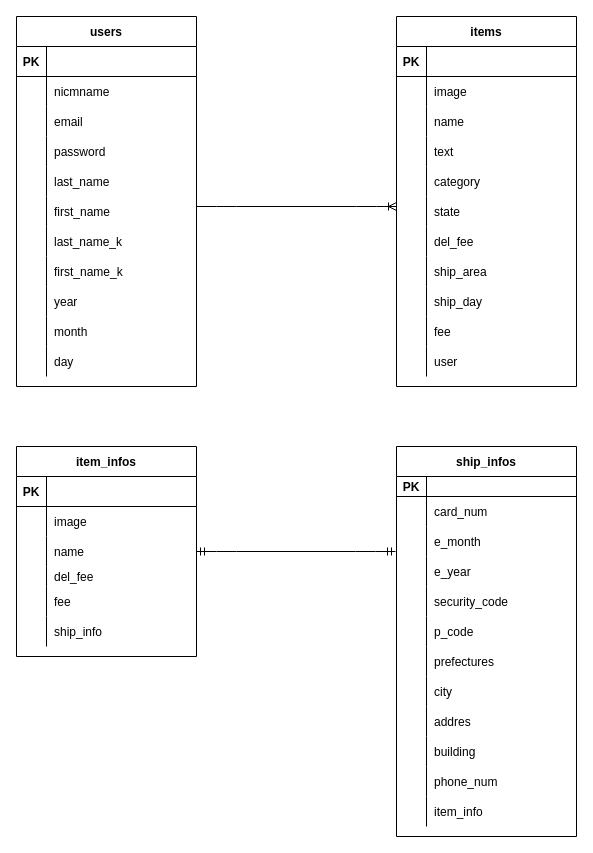
Before: app/test.dio in syu-akita/furima-33068, a draw.io diagram. Source tidied: cells renumbered, new cells numbered last; positions are measured from the earlier drawing's top-left corner, leaving out a move shared by most shapes. Both pictures are drawn from the tidied source at 100%, with x=0, y=0 at pixel (16, 16).
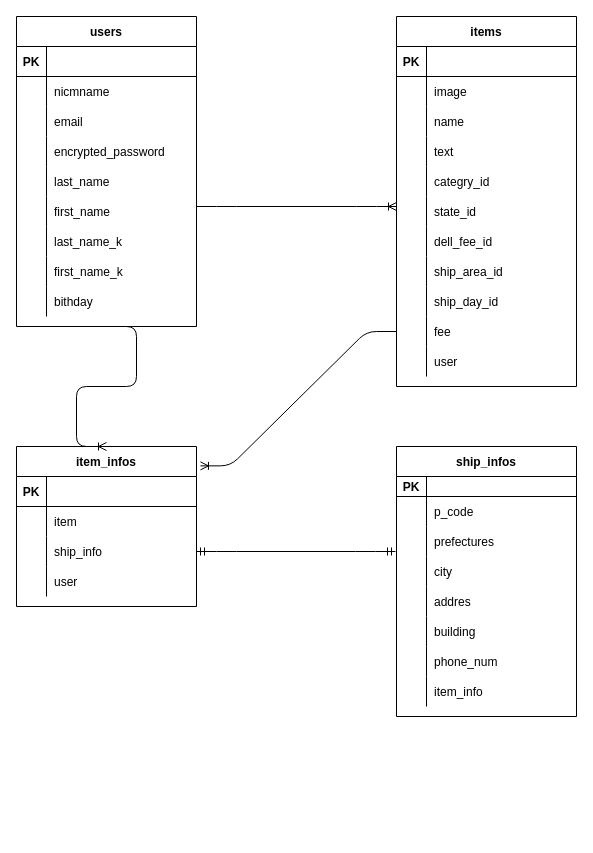
The same page after the edit.

Commit message (it also covers changes not shown here):
データベースの設計 part2

The change refers to these unchanged cells:
```xml
<mxCell id="12" style="shape=partialRectangle;fillColor=none;top=0;left=0;bottom=0;right=0;" parent="2" vertex="1">
  <mxGeometry y="120" width="180" height="30" as="geometry" />
</mxCell>
<mxCell id="27" style="shape=partialRectangle;fillColor=none;top=0;left=0;bottom=0;right=0;" parent="2" vertex="1">
  <mxGeometry y="270" width="180" height="30" as="geometry" />
</mxCell>
<mxCell id="49" style="shape=partialRectangle;fillColor=none;top=0;left=0;bottom=0;right=0;" parent="36" vertex="1">
  <mxGeometry y="150" width="180" height="30" as="geometry" />
</mxCell>
<mxCell id="52" style="shape=partialRectangle;fillColor=none;top=0;left=0;bottom=0;right=0;" parent="36" vertex="1">
  <mxGeometry y="180" width="180" height="30" as="geometry" />
</mxCell>
<mxCell id="55" style="shape=partialRectangle;fillColor=none;top=0;left=0;bottom=0;right=0;" parent="36" vertex="1">
  <mxGeometry y="210" width="180" height="30" as="geometry" />
</mxCell>
<mxCell id="58" style="shape=partialRectangle;fillColor=none;top=0;left=0;bottom=0;right=0;" parent="36" vertex="1">
  <mxGeometry y="240" width="180" height="30" as="geometry" />
</mxCell>
<mxCell id="61" style="shape=partialRectangle;fillColor=none;top=0;left=0;bottom=0;right=0;" parent="36" vertex="1">
  <mxGeometry y="270" width="180" height="30" as="geometry" />
</mxCell>
<mxCell id="64" style="shape=partialRectangle;fillColor=none;top=0;left=0;bottom=0;right=0;points=[[0,0.5],[1,0.5]];portConstraint=eastwest;" parent="36" vertex="1">
  <mxGeometry y="300" width="180" height="30" as="geometry" />
</mxCell>
```

The edit, as a diff of the source:
```diff
@@
     <mxCell id="2" value="users" style="shape=table;startSize=30;childLayout=tableLayout;rowLines=0;fontStyle=1;align=center;" parent="1" vertex="1">
-      <mxGeometry width="180" height="370" as="geometry" />
+      <mxGeometry width="180" height="310" as="geometry" />
     </mxCell>
@@
-    <mxCell id="14" value="password" style="shape=partialRectangle;fillColor=none;top=0;left=0;bottom=0;right=0;align=left;spacingLeft=6;overflow=hidden;" parent="12" vertex="1">
+    <mxCell id="14" value="encrypted_password" style="shape=partialRectangle;fillColor=none;top=0;left=0;bottom=0;right=0;align=left;spacingLeft=6;overflow=hidden;" parent="12" vertex="1">
       <mxGeometry x="30" width="150" height="30" as="geometry" />
     </mxCell>
@@
-    <mxCell id="29" value="year" style="shape=partialRectangle;fillColor=none;top=0;left=0;bottom=0;right=0;align=left;spacingLeft=6;overflow=hidden;" parent="27" vertex="1">
+    <mxCell id="29" value="bithday" style="shape=partialRectangle;fillColor=none;top=0;left=0;bottom=0;right=0;align=left;spacingLeft=6;overflow=hidden;" parent="27" vertex="1">
       <mxGeometry x="30" width="150" height="30" as="geometry" />
     </mxCell>
-    <mxCell id="30" style="shape=partialRectangle;fillColor=none;top=0;left=0;bottom=0;right=0;" parent="2" vertex="1">
-      <mxGeometry y="300" width="180" height="30" as="geometry" />
-    </mxCell>
-    <mxCell id="31" style="shape=partialRectangle;fillColor=none;top=0;left=0;bottom=0;right=0;overflow=hidden;" parent="30" vertex="1">
-      <mxGeometry width="30" height="30" as="geometry" />
-    </mxCell>
-    <mxCell id="32" value="month" style="shape=partialRectangle;fillColor=none;top=0;left=0;bottom=0;right=0;align=left;spacingLeft=6;overflow=hidden;" parent="30" vertex="1">
-      <mxGeometry x="30" width="150" height="30" as="geometry" />
-    </mxCell>
-    <mxCell id="33" style="shape=partialRectangle;fillColor=none;top=0;left=0;bottom=0;right=0;" parent="2" vertex="1">
-      <mxGeometry y="330" width="180" height="30" as="geometry" />
-    </mxCell>
-    <mxCell id="34" style="shape=partialRectangle;fillColor=none;top=0;left=0;bottom=0;right=0;overflow=hidden;" parent="33" vertex="1">
-      <mxGeometry width="30" height="30" as="geometry" />
-    </mxCell>
-    <mxCell id="35" value="day" style="shape=partialRectangle;fillColor=none;top=0;left=0;bottom=0;right=0;align=left;spacingLeft=6;overflow=hidden;" parent="33" vertex="1">
-      <mxGeometry x="30" width="150" height="30" as="geometry" />
-    </mxCell>
@@
-    <mxCell id="51" value="category" style="shape=partialRectangle;fillColor=none;top=0;left=0;bottom=0;right=0;align=left;spacingLeft=6;overflow=hidden;" parent="49" vertex="1">
+    <mxCell id="51" value="categry_id" style="shape=partialRectangle;fillColor=none;top=0;left=0;bottom=0;right=0;align=left;spacingLeft=6;overflow=hidden;" parent="49" vertex="1">
       <mxGeometry x="30" width="150" height="30" as="geometry" />
     </mxCell>
@@
-    <mxCell id="54" value="state" style="shape=partialRectangle;fillColor=none;top=0;left=0;bottom=0;right=0;align=left;spacingLeft=6;overflow=hidden;" parent="52" vertex="1">
+    <mxCell id="54" value="state_id" style="shape=partialRectangle;fillColor=none;top=0;left=0;bottom=0;right=0;align=left;spacingLeft=6;overflow=hidden;" parent="52" vertex="1">
       <mxGeometry x="30" width="150" height="30" as="geometry" />
     </mxCell>
@@
-    <mxCell id="57" value="del_fee" style="shape=partialRectangle;fillColor=none;top=0;left=0;bottom=0;right=0;align=left;spacingLeft=6;overflow=hidden;" parent="55" vertex="1">
+    <mxCell id="57" value="dell_fee_id" style="shape=partialRectangle;fillColor=none;top=0;left=0;bottom=0;right=0;align=left;spacingLeft=6;overflow=hidden;" parent="55" vertex="1">
       <mxGeometry x="30" width="150" height="30" as="geometry" />
     </mxCell>
@@
-    <mxCell id="60" value="ship_area" style="shape=partialRectangle;fillColor=none;top=0;left=0;bottom=0;right=0;align=left;spacingLeft=6;overflow=hidden;" parent="58" vertex="1">
+    <mxCell id="60" value="ship_area_id" style="shape=partialRectangle;fillColor=none;top=0;left=0;bottom=0;right=0;align=left;spacingLeft=6;overflow=hidden;" parent="58" vertex="1">
       <mxGeometry x="30" width="150" height="30" as="geometry" />
     </mxCell>
@@
-    <mxCell id="63" value="ship_day" style="shape=partialRectangle;fillColor=none;top=0;left=0;bottom=0;right=0;align=left;spacingLeft=6;overflow=hidden;" parent="61" vertex="1">
+    <mxCell id="63" value="ship_day_id" style="shape=partialRectangle;fillColor=none;top=0;left=0;bottom=0;right=0;align=left;spacingLeft=6;overflow=hidden;" parent="61" vertex="1">
       <mxGeometry x="30" width="150" height="30" as="geometry" />
     </mxCell>
@@
     <mxCell id="71" value="ship_infos" style="shape=table;startSize=30;childLayout=tableLayout;rowLines=0;fontStyle=1;align=center;" parent="1" vertex="1">
-      <mxGeometry x="380" y="430" width="180" height="390" as="geometry" />
+      <mxGeometry x="380" y="430" width="180" height="270" as="geometry" />
     </mxCell>
@@
-    <mxCell id="75" style="shape=partialRectangle;fillColor=none;top=0;left=0;bottom=0;right=0;" parent="71" vertex="1">
-      <mxGeometry y="50" width="180" height="30" as="geometry" />
-    </mxCell>
-    <mxCell id="76" style="shape=partialRectangle;fillColor=none;top=0;left=0;bottom=0;right=0;overflow=hidden;" parent="75" vertex="1">
-      <mxGeometry width="30" height="30" as="geometry" />
-    </mxCell>
-    <mxCell id="77" value="card_num" style="shape=partialRectangle;fillColor=none;top=0;left=0;bottom=0;right=0;align=left;spacingLeft=6;overflow=hidden;" parent="75" vertex="1">
-      <mxGeometry x="30" width="150" height="30" as="geometry" />
-    </mxCell>
-    <mxCell id="78" style="shape=partialRectangle;fillColor=none;top=0;left=0;bottom=0;right=0;" parent="71" vertex="1">
-      <mxGeometry y="80" width="180" height="30" as="geometry" />
-    </mxCell>
-    <mxCell id="79" style="shape=partialRectangle;fillColor=none;top=0;left=0;bottom=0;right=0;overflow=hidden;" parent="78" vertex="1">
-      <mxGeometry width="30" height="30" as="geometry" />
-    </mxCell>
-    <mxCell id="80" value="e_month" style="shape=partialRectangle;fillColor=none;top=0;left=0;bottom=0;right=0;align=left;spacingLeft=6;overflow=hidden;" parent="78" vertex="1">
-      <mxGeometry x="30" width="150" height="30" as="geometry" />
-    </mxCell>
-    <mxCell id="81" style="shape=partialRectangle;fillColor=none;top=0;left=0;bottom=0;right=0;" parent="71" vertex="1">
-      <mxGeometry y="110" width="180" height="30" as="geometry" />
-    </mxCell>
-    <mxCell id="82" style="shape=partialRectangle;fillColor=none;top=0;left=0;bottom=0;right=0;overflow=hidden;" parent="81" vertex="1">
-      <mxGeometry width="30" height="30" as="geometry" />
-    </mxCell>
-    <mxCell id="83" value="e_year" style="shape=partialRectangle;fillColor=none;top=0;left=0;bottom=0;right=0;align=left;spacingLeft=6;overflow=hidden;" parent="81" vertex="1">
-      <mxGeometry x="30" width="150" height="30" as="geometry" />
-    </mxCell>
-    <mxCell id="84" style="shape=partialRectangle;fillColor=none;top=0;left=0;bottom=0;right=0;" parent="71" vertex="1">
-      <mxGeometry y="140" width="180" height="30" as="geometry" />
-    </mxCell>
-    <mxCell id="85" style="shape=partialRectangle;fillColor=none;top=0;left=0;bottom=0;right=0;overflow=hidden;" parent="84" vertex="1">
-      <mxGeometry width="30" height="30" as="geometry" />
-    </mxCell>
-    <mxCell id="86" value="security_code" style="shape=partialRectangle;fillColor=none;top=0;left=0;bottom=0;right=0;align=left;spacingLeft=6;overflow=hidden;" parent="84" vertex="1">
-      <mxGeometry x="30" width="150" height="30" as="geometry" />
-    </mxCell>
     <mxCell id="87" style="shape=partialRectangle;fillColor=none;top=0;left=0;bottom=0;right=0;" parent="71" vertex="1">
-      <mxGeometry y="170" width="180" height="30" as="geometry" />
+      <mxGeometry y="50" width="180" height="30" as="geometry" />
     </mxCell>
@@
     <mxCell id="90" style="shape=partialRectangle;fillColor=none;top=0;left=0;bottom=0;right=0;" parent="71" vertex="1">
-      <mxGeometry y="200" width="180" height="30" as="geometry" />
+      <mxGeometry y="80" width="180" height="30" as="geometry" />
     </mxCell>
@@
     <mxCell id="93" style="shape=partialRectangle;fillColor=none;top=0;left=0;bottom=0;right=0;" parent="71" vertex="1">
-      <mxGeometry y="230" width="180" height="30" as="geometry" />
+      <mxGeometry y="110" width="180" height="30" as="geometry" />
     </mxCell>
@@
     <mxCell id="96" style="shape=partialRectangle;fillColor=none;top=0;left=0;bottom=0;right=0;" parent="71" vertex="1">
-      <mxGeometry y="260" width="180" height="30" as="geometry" />
+      <mxGeometry y="140" width="180" height="30" as="geometry" />
     </mxCell>
@@
     <mxCell id="99" style="shape=partialRectangle;fillColor=none;top=0;left=0;bottom=0;right=0;" parent="71" vertex="1">
-      <mxGeometry y="290" width="180" height="30" as="geometry" />
+      <mxGeometry y="170" width="180" height="30" as="geometry" />
     </mxCell>
@@
     <mxCell id="102" style="shape=partialRectangle;fillColor=none;top=0;left=0;bottom=0;right=0;" parent="71" vertex="1">
-      <mxGeometry y="320" width="180" height="30" as="geometry" />
+      <mxGeometry y="200" width="180" height="30" as="geometry" />
     </mxCell>
@@
     <mxCell id="105" style="shape=partialRectangle;fillColor=none;top=0;left=0;bottom=0;right=0;" parent="71" vertex="1">
-      <mxGeometry y="350" width="180" height="30" as="geometry" />
+      <mxGeometry y="230" width="180" height="30" as="geometry" />
     </mxCell>
@@
     <mxCell id="108" value="item_infos" style="shape=table;startSize=30;childLayout=tableLayout;rowLines=0;fontStyle=1;align=center;" parent="1" vertex="1">
-      <mxGeometry y="430" width="180" height="210" as="geometry" />
+      <mxGeometry y="430" width="180" height="160" as="geometry" />
     </mxCell>
@@
-    <mxCell id="112" style="shape=partialRectangle;fillColor=none;top=0;left=0;bottom=0;right=0;" parent="108" vertex="1">
-      <mxGeometry y="60" width="180" height="30" as="geometry" />
-    </mxCell>
-    <mxCell id="113" style="shape=partialRectangle;fillColor=none;top=0;left=0;bottom=0;right=0;overflow=hidden;" parent="112" vertex="1">
-      <mxGeometry width="30" height="30" as="geometry" />
-    </mxCell>
-    <mxCell id="114" value="image" style="shape=partialRectangle;fillColor=none;top=0;left=0;bottom=0;right=0;align=left;spacingLeft=6;overflow=hidden;" parent="112" vertex="1">
-      <mxGeometry x="30" width="150" height="30" as="geometry" />
-    </mxCell>
-    <mxCell id="115" style="shape=partialRectangle;fillColor=none;top=0;left=0;bottom=0;right=0;points=[[0,0.5],[1,0.5]];portConstraint=eastwest;" parent="108" vertex="1">
-      <mxGeometry y="90" width="180" height="30" as="geometry" />
-    </mxCell>
-    <mxCell id="116" style="shape=partialRectangle;fillColor=none;top=0;left=0;bottom=0;right=0;overflow=hidden;" parent="115" vertex="1">
-      <mxGeometry width="30" height="30" as="geometry" />
-    </mxCell>
-    <mxCell id="117" value="name" style="shape=partialRectangle;fillColor=none;top=0;left=0;bottom=0;right=0;align=left;spacingLeft=6;overflow=hidden;" parent="115" vertex="1">
-      <mxGeometry x="30" width="150" height="30" as="geometry" />
-    </mxCell>
-    <mxCell id="118" style="shape=partialRectangle;fillColor=none;top=0;left=0;bottom=0;right=0;" parent="108" vertex="1">
-      <mxGeometry y="120" width="180" height="20" as="geometry" />
-    </mxCell>
-    <mxCell id="119" style="shape=partialRectangle;fillColor=none;top=0;left=0;bottom=0;right=0;overflow=hidden;" parent="118" vertex="1">
-      <mxGeometry width="30" height="20" as="geometry" />
-    </mxCell>
-    <mxCell id="120" value="del_fee" style="shape=partialRectangle;fillColor=none;top=0;left=0;bottom=0;right=0;align=left;spacingLeft=6;overflow=hidden;" parent="118" vertex="1">
-      <mxGeometry x="30" width="150" height="20" as="geometry" />
-    </mxCell>
     <mxCell id="121" style="shape=partialRectangle;fillColor=none;top=0;left=0;bottom=0;right=0;" parent="108" vertex="1">
-      <mxGeometry y="140" width="180" height="30" as="geometry" />
+      <mxGeometry y="60" width="180" height="30" as="geometry" />
     </mxCell>
@@
-    <mxCell id="123" value="fee" style="shape=partialRectangle;fillColor=none;top=0;left=0;bottom=0;right=0;align=left;spacingLeft=6;overflow=hidden;" parent="121" vertex="1">
+    <mxCell id="123" value="item" style="shape=partialRectangle;fillColor=none;top=0;left=0;bottom=0;right=0;align=left;spacingLeft=6;overflow=hidden;" parent="121" vertex="1">
       <mxGeometry x="30" width="150" height="30" as="geometry" />
     </mxCell>
     <mxCell id="124" style="shape=partialRectangle;fillColor=none;top=0;left=0;bottom=0;right=0;" parent="108" vertex="1">
-      <mxGeometry y="170" width="180" height="30" as="geometry" />
+      <mxGeometry y="90" width="180" height="30" as="geometry" />
     </mxCell>
@@
+    <mxCell id="128" style="shape=partialRectangle;fillColor=none;top=0;left=0;bottom=0;right=0;" parent="108" vertex="1">
+      <mxGeometry y="120" width="180" height="30" as="geometry" />
+    </mxCell>
+    <mxCell id="129" style="shape=partialRectangle;fillColor=none;top=0;left=0;bottom=0;right=0;overflow=hidden;" parent="128" vertex="1">
+      <mxGeometry width="30" height="30" as="geometry" />
+    </mxCell>
+    <mxCell id="130" value="user" style="shape=partialRectangle;fillColor=none;top=0;left=0;bottom=0;right=0;align=left;spacingLeft=6;overflow=hidden;" parent="128" vertex="1">
+      <mxGeometry x="30" width="150" height="30" as="geometry" />
+    </mxCell>
-    <mxCell id="127" style="edgeStyle=entityRelationEdgeStyle;fontSize=12;html=1;endArrow=ERmandOne;startArrow=ERmandOne;exitX=1;exitY=0.5;exitDx=0;exitDy=0;" parent="1" edge="1" source="115">
+    <mxCell id="127" style="edgeStyle=entityRelationEdgeStyle;fontSize=12;html=1;endArrow=ERmandOne;startArrow=ERmandOne;exitX=1;exitY=0.5;exitDx=0;exitDy=0;" parent="1" edge="1">
       <mxGeometry relative="1" as="geometry">
+        <mxPoint x="180" y="535" as="sourcePoint" />
         <mxPoint x="379" y="535" as="targetPoint" />
       </mxGeometry>
     </mxCell>
+    <mxCell id="131" style="edgeStyle=entityRelationEdgeStyle;fontSize=12;html=1;endArrow=ERoneToMany;exitX=0.5;exitY=1;exitDx=0;exitDy=0;" parent="1" edge="1" source="2">
+      <mxGeometry relative="1" as="geometry">
+        <mxPoint x="90" y="430" as="targetPoint" />
+      </mxGeometry>
+    </mxCell>
+    <mxCell id="132" style="edgeStyle=entityRelationEdgeStyle;fontSize=12;html=1;endArrow=ERoneToMany;exitX=0;exitY=0.5;exitDx=0;exitDy=0;entryX=1.022;entryY=0.121;entryDx=0;entryDy=0;entryPerimeter=0;" parent="1" edge="1" source="64" target="108">
+      <mxGeometry relative="1" as="geometry" />
+    </mxCell>
```
